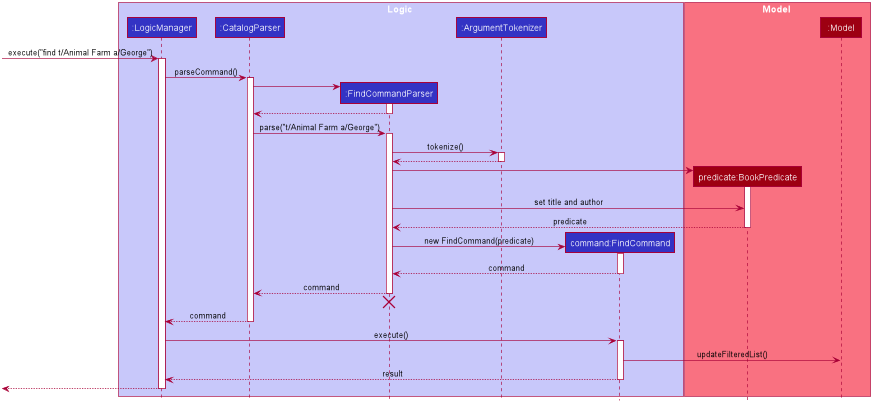
Above: images/FindSequenceDiagram.png in shiyao821/main (PlantUML), before the change. The source it was exported from:
```plantuml
@startuml









skinparam BackgroundColor #FFFFFFF

skinparam Shadowing false

skinparam Class {
    FontColor #FFFFFF
    BorderThickness 1
    BorderColor #FFFFFF
    StereotypeFontColor #FFFFFF
    FontName Arial
}

skinparam Actor {
    BorderColor #000000
    Color #000000
    FontName Arial
}

skinparam Sequence {
    MessageAlign center
    BoxFontSize 15
    BoxPadding 0
    BoxFontColor #FFFFFF
    FontName Arial
}

skinparam Participant {
    FontColor #FFFFFFF
}

skinparam MinClassWidth 50
skinparam ParticipantPadding 10
skinparam Shadowing false
skinparam DefaultTextAlignment center
skinparam packageStyle Rectangle

hide footbox
hide members
hide circle

box Logic #C8C8FA
participant ":LogicManager" as LogicManager #3333C4
participant ":CatalogParser" as CatalogParser #3333C4
participant ":FindCommandParser" as FindCommandParser #3333C4
participant ":ArgumentTokenizer" as ArgumentTokenizer #3333C4
participant "command:FindCommand" as FindCommand #3333C4
end box

box Model #F97181
participant "predicate:BookPredicate" as BookPredicate #9D0012
participant ":Model" as Model #9D0012
end box

[-> LogicManager : execute("find t/Animal Farm a/George")
activate LogicManager

LogicManager -> CatalogParser ++ : parseCommand()

create FindCommandParser
CatalogParser -> FindCommandParser ++
return

CatalogParser -> FindCommandParser ++ : parse("t/Animal Farm a/George")

FindCommandParser -> ArgumentTokenizer ++ : tokenize()
return

create BookPredicate
FindCommandParser -> BookPredicate ++
FindCommandParser -> BookPredicate : set title and author
return predicate

create FindCommand
FindCommandParser -> FindCommand ++ : new FindCommand(predicate)
return command
return command

FindCommandParser -[hidden]-> CatalogParser
destroy FindCommandParser

return command

LogicManager -> FindCommand ++ : execute()

FindCommand -> Model : updateFilteredList()


return result

[<--LogicManager
deactivate LogicManager

@enduml
```
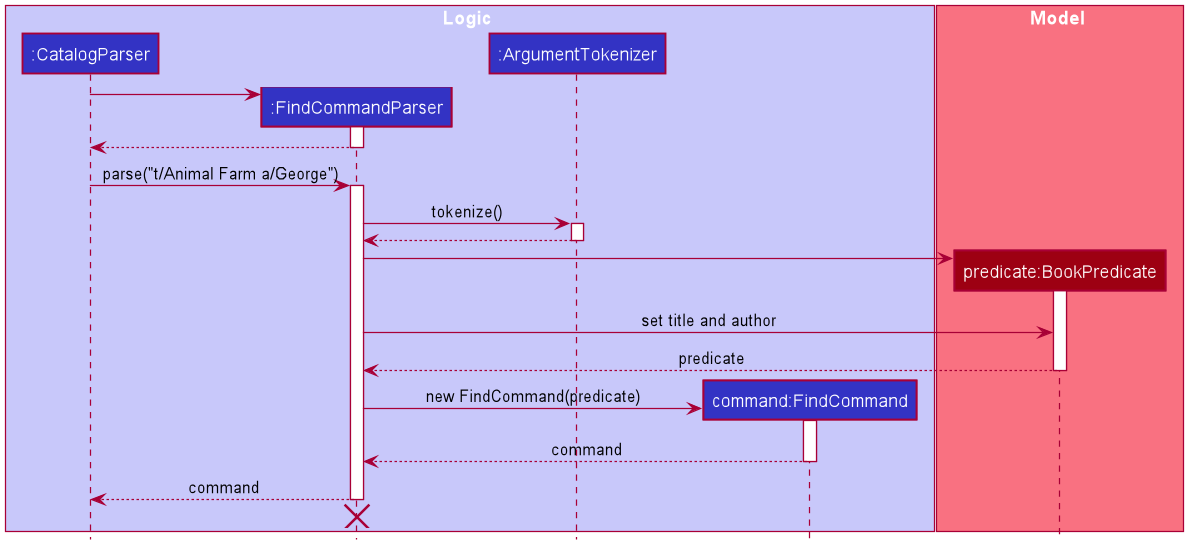
After the commit.

Change to the diagram source:
```diff
@@ -49,7 +49,6 @@
 hide circle
 
 box Logic #C8C8FA
-participant ":LogicManager" as LogicManager #3333C4
 participant ":CatalogParser" as CatalogParser #3333C4
 participant ":FindCommandParser" as FindCommandParser #3333C4
 participant ":ArgumentTokenizer" as ArgumentTokenizer #3333C4
@@ -58,13 +57,7 @@
 
 box Model #F97181
 participant "predicate:BookPredicate" as BookPredicate #9D0012
-participant ":Model" as Model #9D0012
 end box
-
-[-> LogicManager : execute("find t/Animal Farm a/George")
-activate LogicManager
-
-LogicManager -> CatalogParser ++ : parseCommand()
 
 create FindCommandParser
 CatalogParser -> FindCommandParser ++
@@ -88,16 +81,4 @@
 FindCommandParser -[hidden]-> CatalogParser
 destroy FindCommandParser
 
-return command
-
-LogicManager -> FindCommand ++ : execute()
-
-FindCommand -> Model : updateFilteredList()
-
-
-return result
-
-[<--LogicManager
-deactivate LogicManager
-
 @enduml
```
